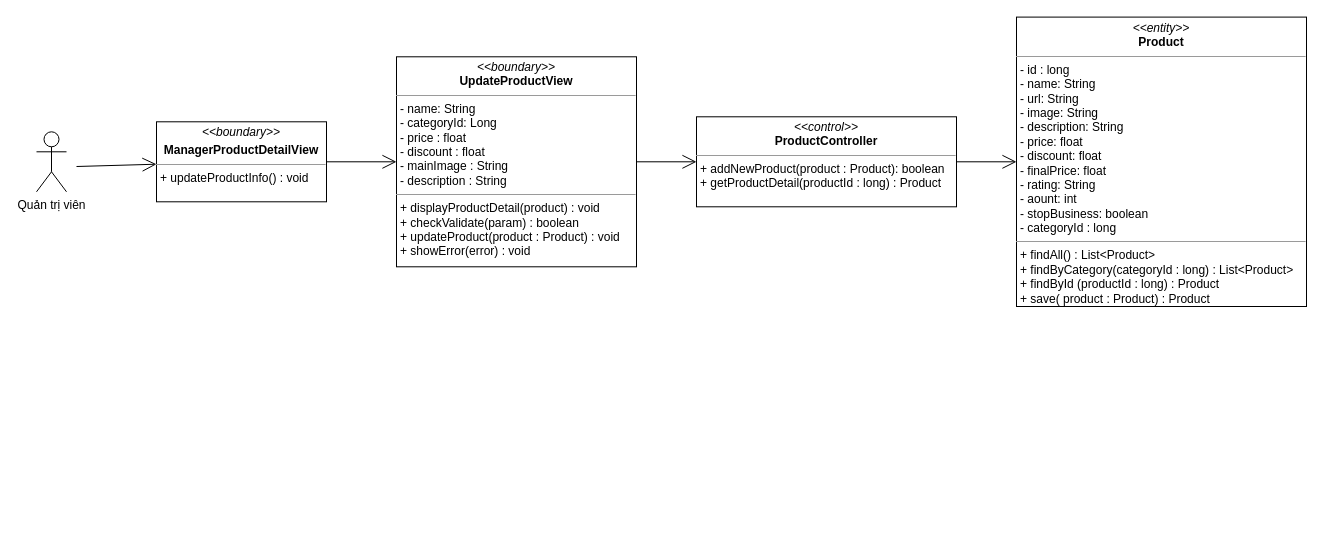
Above: class diagram/manager-update-product-class-diagram.drawio in nguyenphamvan/datn_20202 (draw.io), before the change. Source tidied: cells renumbered, new cells numbered last; positions are measured from the earlier drawing's top-left corner, leaving out a move shared by most shapes. Both pictures are drawn from the tidied source at 100%, with x=0, y=0 at pixel (36, 17).
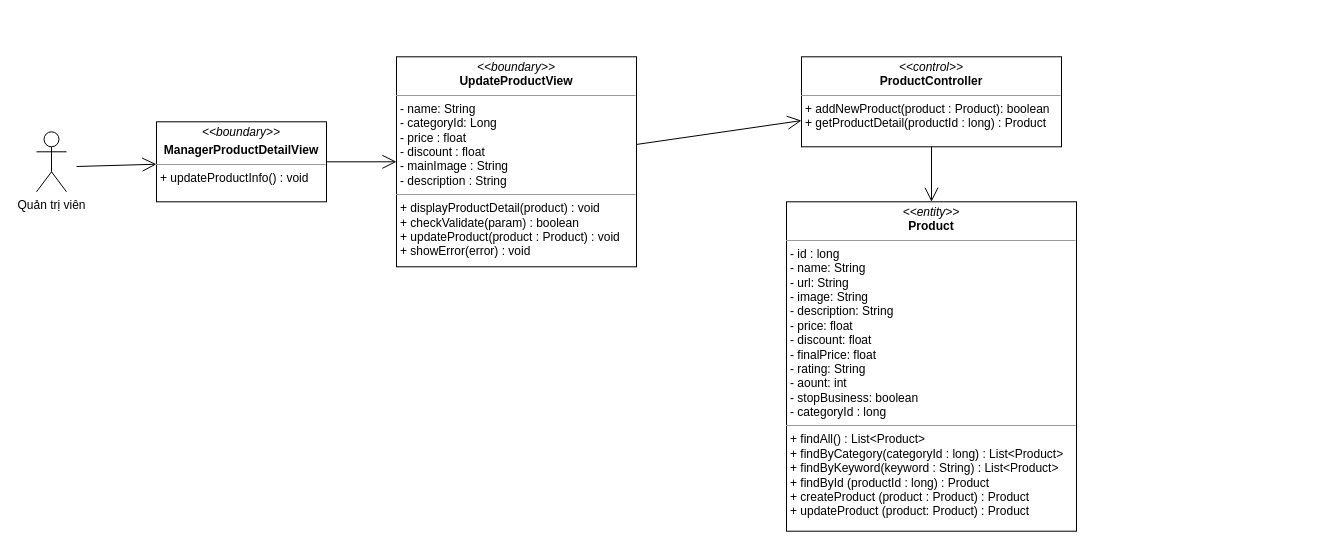
Above is the later version.

The edit, as a diff of the source:
```diff
@@
 <mxGraphModel>
   <root>
     <mxCell id="0" />
     <mxCell id="1" parent="0" />
     <mxCell id="2" value="&lt;p style=&quot;margin: 0px ; margin-top: 4px ; text-align: center&quot;&gt;&lt;i&gt;&amp;lt;&amp;lt;boundary&amp;gt;&amp;gt;&lt;/i&gt;&lt;/p&gt;&lt;p style=&quot;margin: 0px ; margin-top: 4px ; text-align: center&quot;&gt;&lt;b&gt;ManagerProductDetailView&lt;/b&gt;&lt;/p&gt;&lt;hr size=&quot;1&quot;&gt;&lt;p style=&quot;margin: 0px ; margin-left: 4px&quot;&gt;&lt;span&gt;+ updateProductInfo() : void&lt;br&gt;&lt;/span&gt;&lt;/p&gt;" style="verticalAlign=top;align=left;overflow=fill;fontSize=12;fontFamily=Helvetica;html=1;" parent="1" vertex="1">
       <mxGeometry x="120" y="104.3" width="170" height="80" as="geometry" />
     </mxCell>
     <mxCell id="3" style="endArrow=open;endFill=1;endSize=12;html=1;exitX=1;exitY=0.5;exitDx=0;exitDy=0;" parent="1" edge="1" source="2" target="7">
       <mxGeometry relative="1" as="geometry" />
     </mxCell>
     <mxCell id="4" value="&lt;p style=&quot;margin: 0px ; margin-top: 4px ; text-align: center&quot;&gt;&lt;i&gt;&amp;lt;&amp;lt;control&amp;gt;&amp;gt;&lt;/i&gt;&lt;br&gt;&lt;b&gt;ProductController&lt;/b&gt;&lt;/p&gt;&lt;hr size=&quot;1&quot;&gt;&lt;p style=&quot;margin: 0px ; margin-left: 4px&quot;&gt;+ addNewProduct(product : Product): boolean&lt;br&gt;&lt;/p&gt;&lt;p style=&quot;margin: 0px ; margin-left: 4px&quot;&gt;+ getProductDetail(productId : long) : Product&lt;/p&gt;" style="verticalAlign=top;align=left;overflow=fill;fontSize=12;fontFamily=Helvetica;html=1;" parent="1" vertex="1">
-      <mxGeometry x="660" y="99.3" width="260" height="90" as="geometry" />
+      <mxGeometry x="765" y="39.3" width="260" height="90" as="geometry" />
     </mxCell>
-    <mxCell id="5" value="&lt;p style=&quot;margin: 0px ; margin-top: 4px ; text-align: center&quot;&gt;&lt;i&gt;&amp;lt;&amp;lt;entity&amp;gt;&amp;gt;&lt;/i&gt;&lt;br&gt;&lt;b&gt;Product&lt;/b&gt;&lt;/p&gt;&lt;hr size=&quot;1&quot;&gt;&lt;p style=&quot;margin: 0px ; margin-left: 4px&quot;&gt;- id : long&lt;/p&gt;&lt;p style=&quot;margin: 0px ; margin-left: 4px&quot;&gt;- name: String&lt;br&gt;- url: String&lt;/p&gt;&lt;p style=&quot;margin: 0px ; margin-left: 4px&quot;&gt;- image: String&lt;/p&gt;&lt;p style=&quot;margin: 0px ; margin-left: 4px&quot;&gt;- description: String&lt;/p&gt;&lt;p style=&quot;margin: 0px ; margin-left: 4px&quot;&gt;- price: float&lt;/p&gt;&lt;p style=&quot;margin: 0px ; margin-left: 4px&quot;&gt;- discount: float&lt;/p&gt;&lt;p style=&quot;margin: 0px ; margin-left: 4px&quot;&gt;- finalPrice: float&lt;/p&gt;&lt;p style=&quot;margin: 0px ; margin-left: 4px&quot;&gt;- rating: String&lt;/p&gt;&lt;p style=&quot;margin: 0px ; margin-left: 4px&quot;&gt;- aount: int&lt;/p&gt;&lt;p style=&quot;margin: 0px ; margin-left: 4px&quot;&gt;- stopBusiness: boolean&lt;/p&gt;&lt;p style=&quot;margin: 0px ; margin-left: 4px&quot;&gt;- categoryId : long&lt;/p&gt;&lt;hr size=&quot;1&quot;&gt;&lt;p style=&quot;margin: 0px 0px 0px 4px&quot;&gt;+ findAll() : List&amp;lt;Product&amp;gt;&lt;/p&gt;&lt;p style=&quot;margin: 0px 0px 0px 4px&quot;&gt;+ findByCategory(categoryId : long) : List&amp;lt;Product&amp;gt;&lt;/p&gt;&lt;p style=&quot;margin: 0px 0px 0px 4px&quot;&gt;+ findById (productId : long) : Product&lt;/p&gt;&lt;p style=&quot;margin: 0px 0px 0px 4px&quot;&gt;+ save( product : Product) : Product&lt;/p&gt;" style="verticalAlign=top;align=left;overflow=fill;fontSize=12;fontFamily=Helvetica;html=1;" parent="1" vertex="1">
-      <mxGeometry x="980" y="-0.4" width="290" height="289.4" as="geometry" />
+    <mxCell id="5" value="&lt;p style=&quot;margin: 0px ; margin-top: 4px ; text-align: center&quot;&gt;&lt;i&gt;&amp;lt;&amp;lt;entity&amp;gt;&amp;gt;&lt;/i&gt;&lt;br&gt;&lt;b&gt;Product&lt;/b&gt;&lt;/p&gt;&lt;hr size=&quot;1&quot;&gt;&lt;p style=&quot;margin: 0px ; margin-left: 4px&quot;&gt;- id : long&lt;/p&gt;&lt;p style=&quot;margin: 0px ; margin-left: 4px&quot;&gt;- name: String&lt;br&gt;- url: String&lt;/p&gt;&lt;p style=&quot;margin: 0px ; margin-left: 4px&quot;&gt;- image: String&lt;/p&gt;&lt;p style=&quot;margin: 0px ; margin-left: 4px&quot;&gt;- description: String&lt;/p&gt;&lt;p style=&quot;margin: 0px ; margin-left: 4px&quot;&gt;- price: float&lt;/p&gt;&lt;p style=&quot;margin: 0px ; margin-left: 4px&quot;&gt;- discount: float&lt;/p&gt;&lt;p style=&quot;margin: 0px ; margin-left: 4px&quot;&gt;- finalPrice: float&lt;/p&gt;&lt;p style=&quot;margin: 0px ; margin-left: 4px&quot;&gt;- rating: String&lt;/p&gt;&lt;p style=&quot;margin: 0px ; margin-left: 4px&quot;&gt;- aount: int&lt;/p&gt;&lt;p style=&quot;margin: 0px ; margin-left: 4px&quot;&gt;- stopBusiness: boolean&lt;/p&gt;&lt;p style=&quot;margin: 0px ; margin-left: 4px&quot;&gt;- categoryId : long&lt;/p&gt;&lt;hr size=&quot;1&quot;&gt;&lt;p style=&quot;margin: 0px 0px 0px 4px&quot;&gt;+ findAll() : List&amp;lt;Product&amp;gt;&lt;/p&gt;&lt;p style=&quot;margin: 0px 0px 0px 4px&quot;&gt;+ findByCategory(categoryId : long) : List&amp;lt;Product&amp;gt;&lt;/p&gt;&lt;p style=&quot;margin: 0px 0px 0px 4px&quot;&gt;+ findByKeyword(keyword : String) : List&amp;lt;Product&amp;gt;&lt;/p&gt;&lt;p style=&quot;margin: 0px 0px 0px 4px&quot;&gt;+ findById (productId : long) : Product&lt;/p&gt;&lt;p style=&quot;margin: 0px 0px 0px 4px&quot;&gt;+ createProduct (product : Product) : Product&lt;/p&gt;&lt;p style=&quot;margin: 0px 0px 0px 4px&quot;&gt;+ updateProduct (product: Product) : Product&lt;/p&gt;" style="verticalAlign=top;align=left;overflow=fill;fontSize=12;fontFamily=Helvetica;html=1;" parent="1" vertex="1">
+      <mxGeometry x="750" y="184.3" width="290" height="329.4" as="geometry" />
     </mxCell>
     <mxCell id="6" style="endArrow=open;endFill=1;endSize=12;html=1;" parent="1" edge="1" source="4" target="5">
       <mxGeometry relative="1" as="geometry" />
     </mxCell>
     <mxCell id="7" value="&lt;p style=&quot;margin: 0px ; margin-top: 4px ; text-align: center&quot;&gt;&lt;i&gt;&amp;lt;&amp;lt;boundary&amp;gt;&amp;gt;&lt;/i&gt;&lt;br&gt;&lt;b&gt;UpdateProductView&lt;/b&gt;&lt;/p&gt;&lt;hr size=&quot;1&quot;&gt;&lt;p style=&quot;margin: 0px ; margin-left: 4px&quot;&gt;- name: String&lt;br&gt;- categoryId: Long&lt;/p&gt;&lt;p style=&quot;margin: 0px ; margin-left: 4px&quot;&gt;- price : float&lt;/p&gt;&lt;p style=&quot;margin: 0px ; margin-left: 4px&quot;&gt;- discount : float&lt;/p&gt;&lt;p style=&quot;margin: 0px ; margin-left: 4px&quot;&gt;- mainImage : String&lt;/p&gt;&lt;p style=&quot;margin: 0px ; margin-left: 4px&quot;&gt;- description : String&lt;/p&gt;&lt;hr size=&quot;1&quot;&gt;&lt;p style=&quot;margin: 0px 0px 0px 4px&quot;&gt;+ displayProductDetail(product) : void&lt;/p&gt;&lt;p style=&quot;margin: 0px 0px 0px 4px&quot;&gt;+ checkValidate(param) : boolean&lt;/p&gt;&lt;p style=&quot;margin: 0px 0px 0px 4px&quot;&gt;+ updateProduct(product : Product) : void&lt;/p&gt;&lt;p style=&quot;margin: 0px 0px 0px 4px&quot;&gt;+ showError(error) : void&lt;/p&gt;" style="verticalAlign=top;align=left;overflow=fill;fontSize=12;fontFamily=Helvetica;html=1;" parent="1" vertex="1">
       <mxGeometry x="360" y="39.3" width="240" height="210" as="geometry" />
     </mxCell>
     <mxCell id="8" style="endArrow=open;endFill=1;endSize=12;html=1;" parent="1" edge="1" source="7" target="4">
       <mxGeometry relative="1" as="geometry" />
     </mxCell>
     <mxCell id="9" value="Quản trị viên" style="shape=umlActor;verticalLabelPosition=bottom;verticalAlign=top;html=1;" parent="1" vertex="1">
       <mxGeometry y="114.3" width="30" height="60" as="geometry" />
     </mxCell>
     <mxCell id="10" style="endArrow=open;endFill=1;endSize=12;html=1;" parent="1" edge="1" target="2">
       <mxGeometry relative="1" as="geometry">
         <mxPoint x="40" y="149" as="sourcePoint" />
       </mxGeometry>
     </mxCell>
   </root>
 </mxGraphModel>
```
